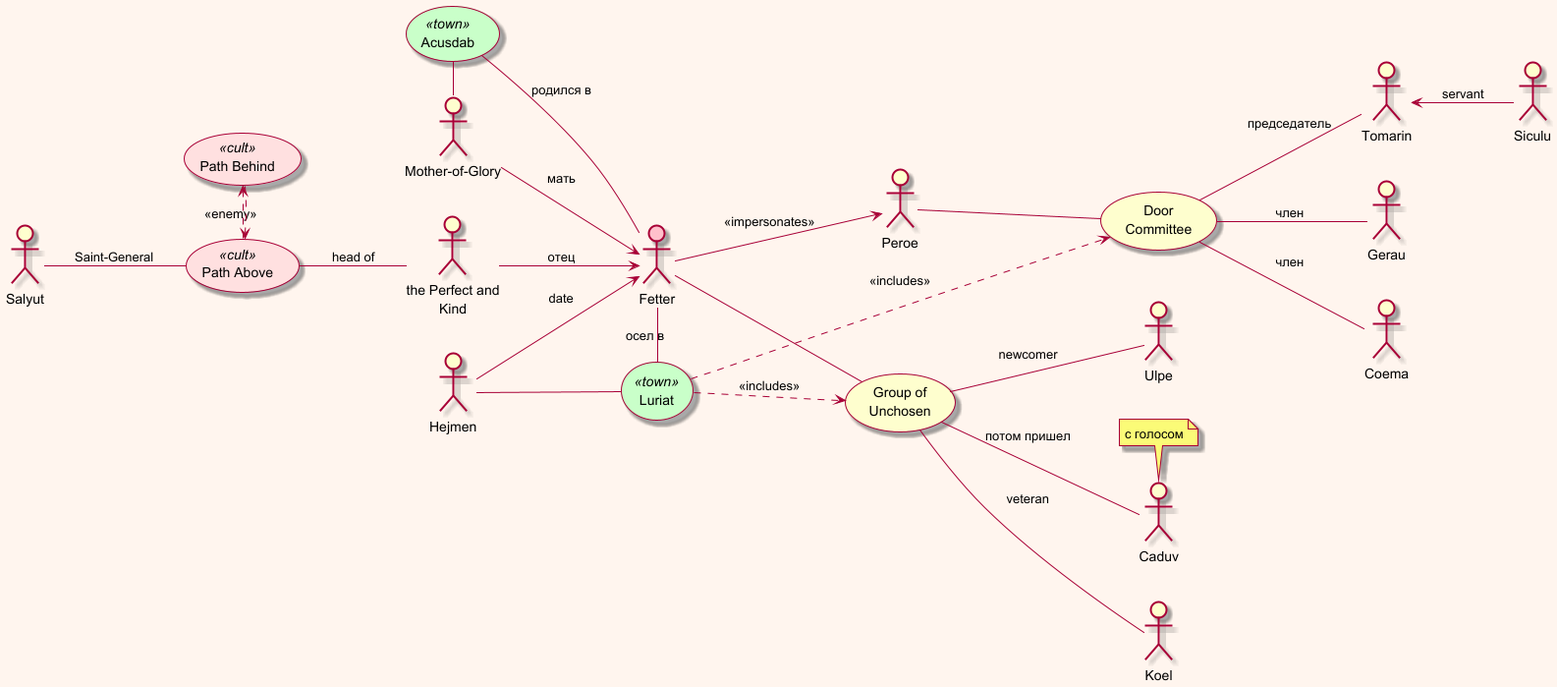
This is The Saint of Bright Doors/The Saint of Bright Doors.png from olek3/reading, a PlantUML export, as it was before one commit.
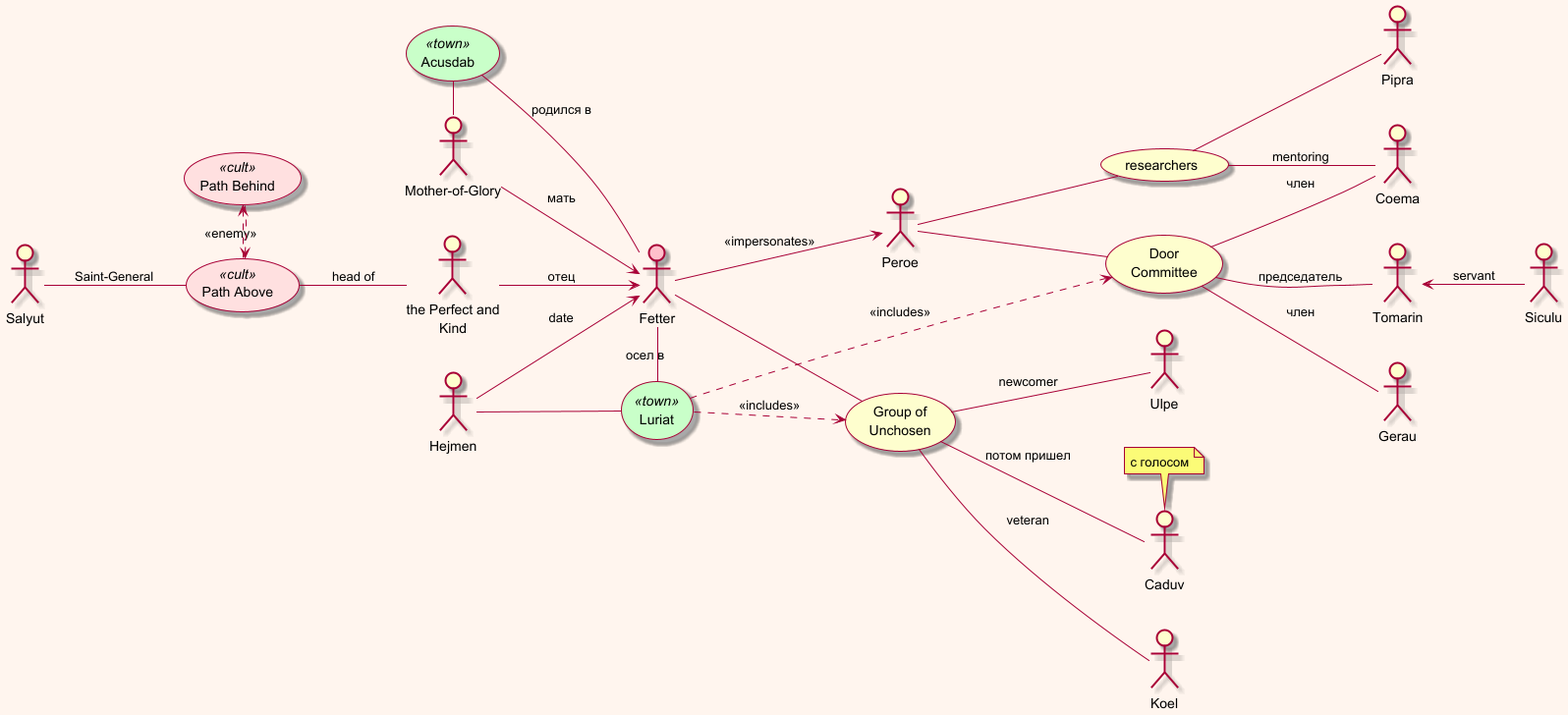
Above is the later version.

Diff of the diagram source:
```diff
@@ -76,4 +76,10 @@
 (Door Committee ) -- :Gerau: : член
 (Door Committee ) -- :Coema: : член
 
+(researchers) -- :Coema: : mentoring
+(researchers) -- :Pipra:
+
+:Peroe: -- (researchers)
+
+
 @enduml
```
